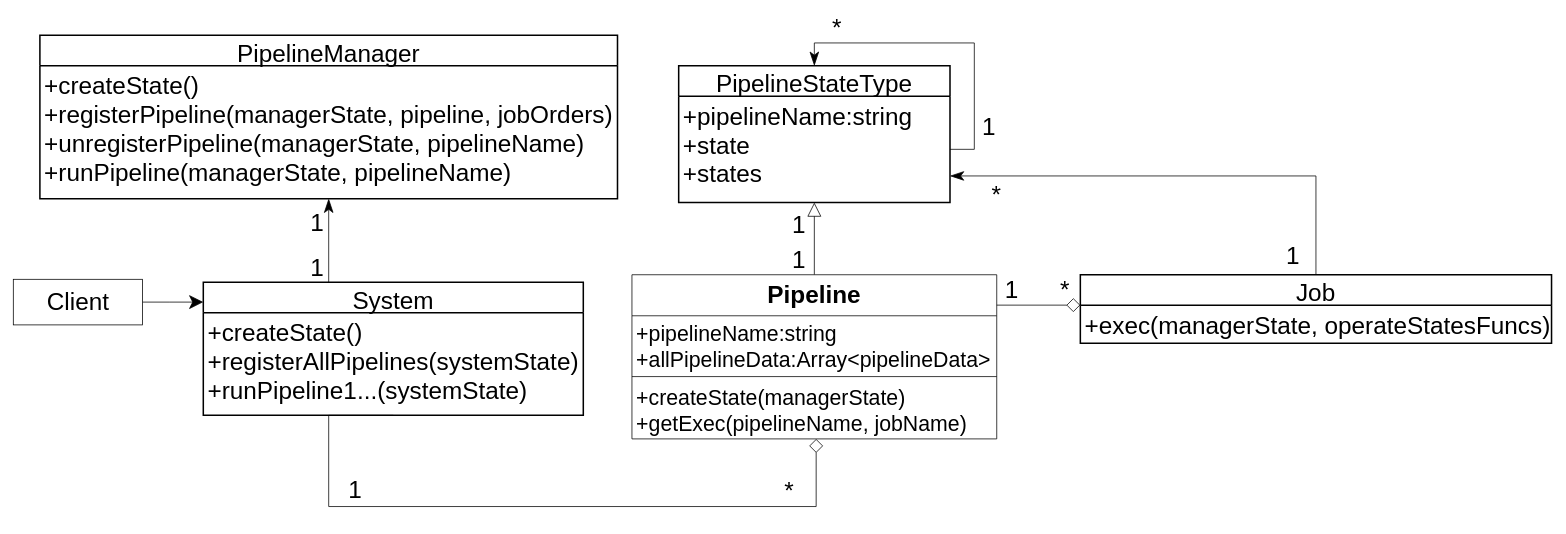
The draw.io diagram packages/管道模式/role_abstract/UML.drawio in yyc-git/3DProgramPattern, before the edit. Source tidied: cells renumbered, new cells numbered last; positions are measured from the earlier drawing's top-left corner, leaving out a move shared by most shapes. Both pictures are drawn from the tidied source at 76%, with x=0, y=0 at pixel (13, 20).
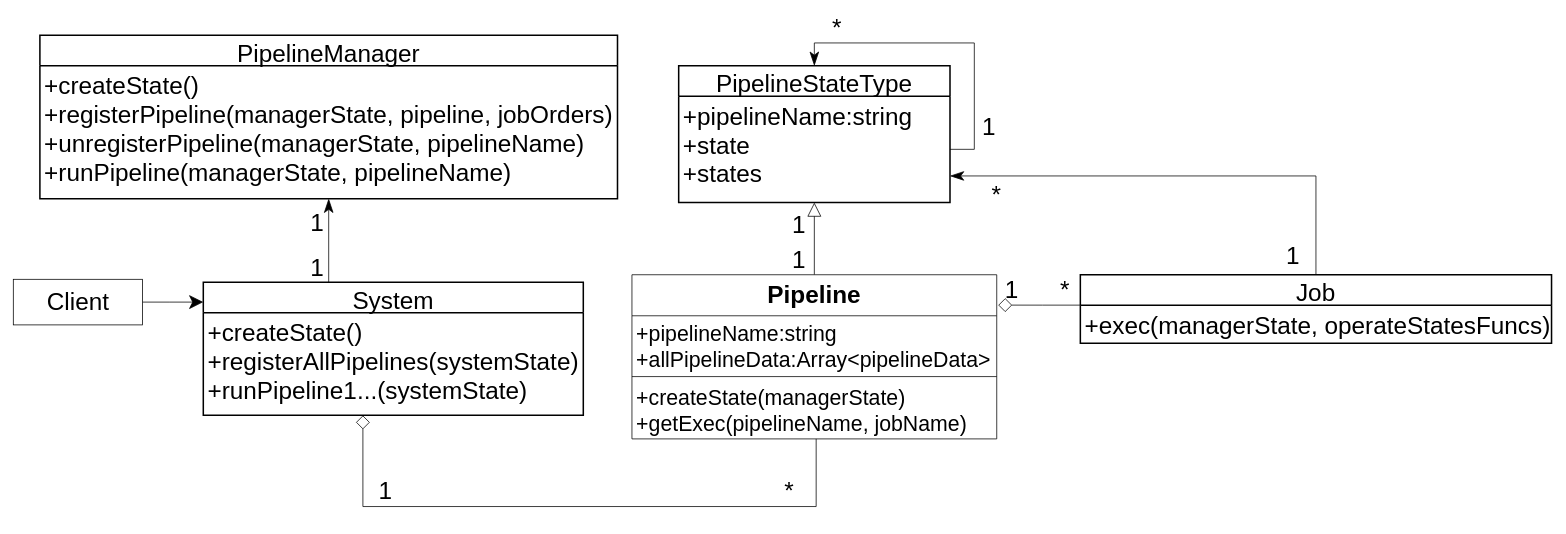
Above is the later version.

The change refers to these unchanged cells:
```xml
<mxCell id="11" value="Pipeline" style="swimlane;fontStyle=1;align=center;verticalAlign=top;horizontal=1;startSize=54;fontSize=32;" parent="1" vertex="1">
  <mxGeometry x="814" y="335" width="480" height="216" as="geometry" />
</mxCell>
<mxCell id="14" value="+createState(managerState)&#10;+getExec(pipelineName, jobName)" style="text;strokeColor=none;fillColor=none;align=left;verticalAlign=top;spacingLeft=4;spacingRight=4;overflow=hidden;points=[[0,0.5],[1,0.5]];portConstraint=eastwest;fontSize=28;" parent="11" vertex="1">
  <mxGeometry y="138" width="480" height="78" as="geometry" />
</mxCell>
<mxCell id="17" value="+createState()&#10;+registerAllPipelines(systemState)&#10;+runPipeline1...(systemState)" style="align=left;strokeColor=none;fillColor=none;spacingLeft=4;fontSize=32;verticalAlign=top;" parent="16" vertex="1">
  <mxGeometry y="40" width="500" height="135" as="geometry" />
</mxCell>
```

What changed in the source:
```diff
@@
-    <mxCell id="2" style="edgeStyle=orthogonalEdgeStyle;rounded=0;orthogonalLoop=1;jettySize=auto;html=1;endArrow=diamond;endFill=0;startSize=16;endSize=16;" parent="1" edge="1">
+    <mxCell id="2" style="edgeStyle=orthogonalEdgeStyle;rounded=0;jettySize=auto;html=1;endArrow=none;endFill=0;startSize=16;endSize=16;startArrow=diamond;startFill=0;exitX=1.004;exitY=0.185;exitDx=0;exitDy=0;exitPerimeter=0;" parent="1" edge="1" source="11">
       <mxGeometry relative="1" as="geometry">
-        <mxPoint x="1284" y="375" as="sourcePoint" />
         <mxPoint x="1404" y="375" as="targetPoint" />
       </mxGeometry>
     </mxCell>
@@
-    <mxCell id="25" style="edgeStyle=orthogonalEdgeStyle;rounded=0;jettySize=auto;html=1;entryX=0.505;entryY=1;entryDx=0;entryDy=0;entryPerimeter=0;fontSize=28;endArrow=diamond;endFill=0;startSize=16;endSize=16;exitX=0.5;exitY=1;exitDx=0;exitDy=0;" parent="1" edge="1" source="17" target="14">
+    <mxCell id="25" style="edgeStyle=orthogonalEdgeStyle;rounded=0;jettySize=auto;html=1;entryX=0.505;entryY=1;entryDx=0;entryDy=0;entryPerimeter=0;fontSize=28;endArrow=none;endFill=0;startSize=16;endSize=16;startArrow=diamond;startFill=0;" parent="1" edge="1" target="14">
       <mxGeometry relative="1" as="geometry">
+        <mxPoint x="460" y="520" as="sourcePoint" />
         <Array as="points">
-          <mxPoint x="415" y="640" />
+          <mxPoint x="460" y="640" />
           <mxPoint x="1056" y="640" />
         </Array>
       </mxGeometry>
     </mxCell>
@@
     <mxCell id="27" value="&lt;font style=&quot;font-size: 32px&quot;&gt;1&lt;/font&gt;" style="text;html=1;strokeColor=none;fillColor=none;align=center;verticalAlign=middle;whiteSpace=wrap;rounded=0;fontSize=28;" parent="1" vertex="1">
-      <mxGeometry x="430" y="608" width="40" height="20" as="geometry" />
+      <mxGeometry x="470" y="610" width="40" height="20" as="geometry" />
     </mxCell>
```
